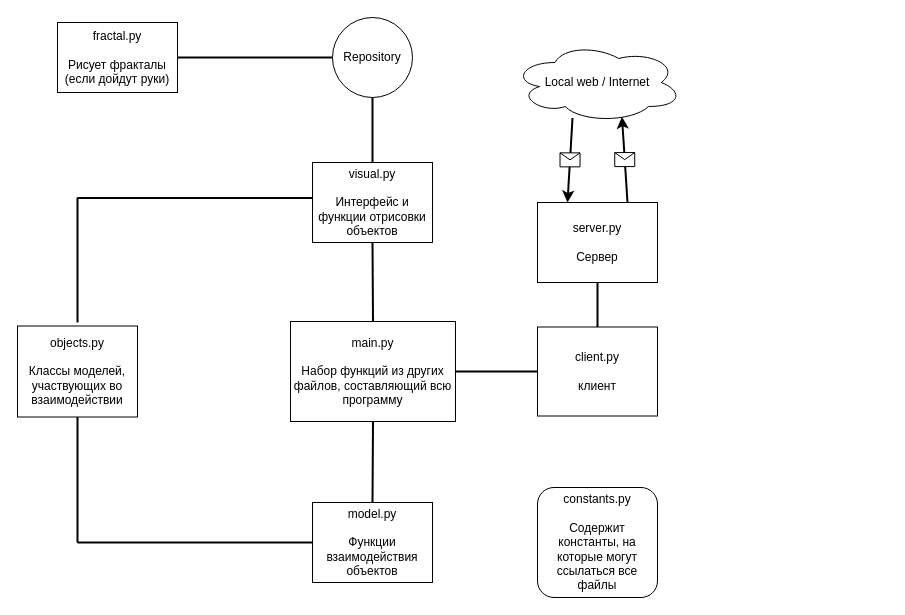
DiKhvatov/Python_Semester_Project keeps this draw.io diagram as class_diagramm.drawio. Above is the earlier version. Source tidied: cells renumbered, new cells numbered last; positions are measured from the earlier drawing's top-left corner, leaving out a move shared by most shapes. Both pictures are drawn from the tidied source at 100%, with x=0, y=0 at pixel (17, 17).
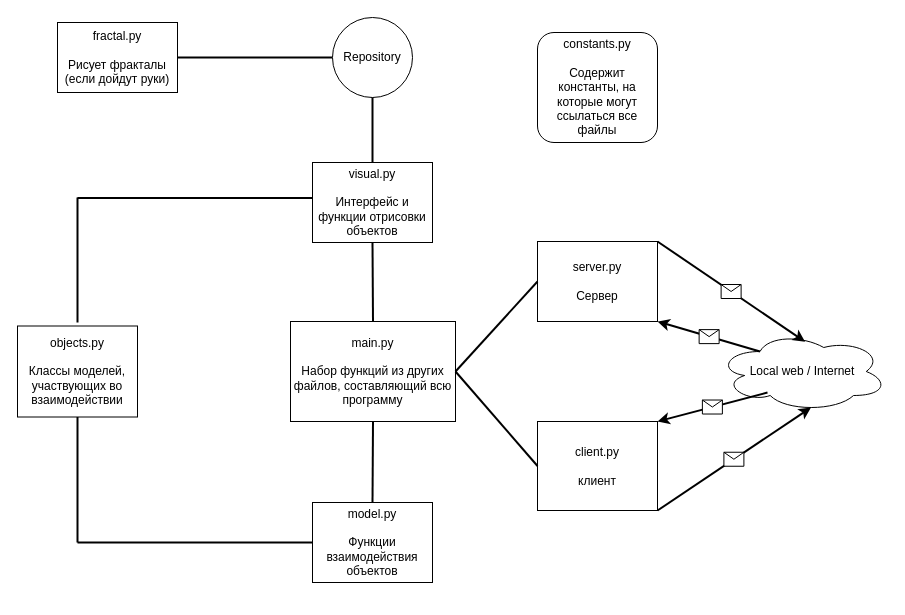
The same page after the edit.

Unchanged cells that the change refers to:
```xml
<mxCell id="2" value="&lt;div&gt;main.py&lt;/div&gt;&lt;div&gt;&lt;br&gt;&lt;/div&gt;&lt;div&gt;Набор функций из других файлов, составляющий всю программу&lt;br&gt;&lt;/div&gt;" style="rounded=0;whiteSpace=wrap;html=1;" parent="1" vertex="1">
  <mxGeometry x="273" y="304" width="165" height="100" as="geometry" />
</mxCell>
```

Diff of the diagram source:
```diff
@@
     <mxCell id="12" value="&lt;div&gt;client.py&lt;/div&gt;&lt;div&gt;&lt;br&gt;&lt;/div&gt;&lt;div&gt;клиент&lt;/div&gt;" style="rounded=0;whiteSpace=wrap;html=1;" parent="1" vertex="1">
-      <mxGeometry x="520" y="309.5" width="120" height="89" as="geometry" />
+      <mxGeometry x="520" y="404" width="120" height="89" as="geometry" />
     </mxCell>
@@
     <mxCell id="14" value="Local web / Internet" style="ellipse;shape=cloud;whiteSpace=wrap;html=1;" parent="1" vertex="1">
-      <mxGeometry x="495" y="25" width="170" height="80" as="geometry" />
+      <mxGeometry x="700" y="314" width="170" height="80" as="geometry" />
     </mxCell>
-    <mxCell id="15" style="endArrow=classic;html=1;rounded=0;strokeWidth=2;entryX=0.644;entryY=0.928;entryDx=0;entryDy=0;entryPerimeter=0;exitX=0.75;exitY=0;exitDx=0;exitDy=0;" parent="1" edge="1" source="24" target="14">
+    <mxCell id="15" style="endArrow=classic;html=1;rounded=0;strokeWidth=2;entryX=0.515;entryY=0.128;entryDx=0;entryDy=0;entryPerimeter=0;exitX=1;exitY=0;exitDx=0;exitDy=0;" parent="1" edge="1" source="24" target="14">
       <mxGeometry relative="1" as="geometry" />
     </mxCell>
@@
-    <mxCell id="17" style="endArrow=classic;html=1;rounded=0;strokeWidth=2;entryX=0.25;entryY=0;entryDx=0;entryDy=0;exitX=0.353;exitY=0.943;exitDx=0;exitDy=0;exitPerimeter=0;" parent="1" edge="1" source="14" target="24">
+    <mxCell id="17" style="endArrow=classic;html=1;rounded=0;strokeWidth=2;entryX=1;entryY=1;entryDx=0;entryDy=0;exitX=0.25;exitY=0.25;exitDx=0;exitDy=0;exitPerimeter=0;" parent="1" edge="1" source="14" target="24">
       <mxGeometry relative="1" as="geometry" />
     </mxCell>
@@
     <mxCell id="23" value="constants.py&lt;br&gt;&lt;br&gt;Содержит константы, на которые могут ссылаться все файлы" style="rounded=1;whiteSpace=wrap;html=1;" parent="1" vertex="1">
-      <mxGeometry x="520" y="470" width="120" height="110" as="geometry" />
+      <mxGeometry x="520" y="15" width="120" height="110" as="geometry" />
     </mxCell>
     <mxCell id="24" value="&lt;div&gt;server.py&lt;/div&gt;&lt;div&gt;&lt;br&gt;&lt;/div&gt;&lt;div&gt;Сервер&lt;/div&gt;" style="rounded=0;whiteSpace=wrap;html=1;" parent="1" vertex="1">
-      <mxGeometry x="520" y="185" width="120" height="80" as="geometry" />
+      <mxGeometry x="520" y="224" width="120" height="80" as="geometry" />
     </mxCell>
-    <mxCell id="25" style="endArrow=none;html=1;rounded=0;strokeWidth=2;entryX=0.5;entryY=1;entryDx=0;entryDy=0;exitX=0.5;exitY=0;exitDx=0;exitDy=0;" parent="1" edge="1" source="12" target="24">
+    <mxCell id="25" style="endArrow=none;html=1;rounded=0;strokeWidth=2;entryX=0;entryY=0.5;entryDx=0;entryDy=0;exitX=1;exitY=0.5;exitDx=0;exitDy=0;" parent="1" edge="1" source="2" target="24">
       <mxGeometry relative="1" as="geometry" />
     </mxCell>
+    <mxCell id="26" style="endArrow=classic;html=1;rounded=0;strokeWidth=2;entryX=0.55;entryY=0.95;entryDx=0;entryDy=0;entryPerimeter=0;exitX=1;exitY=1;exitDx=0;exitDy=0;" parent="1" edge="1" source="12" target="14">
+      <mxGeometry relative="1" as="geometry" />
+    </mxCell>
+    <mxCell id="27" style="shape=message;html=1;" parent="26" vertex="1">
+      <mxGeometry width="20" height="14" relative="1" as="geometry">
+        <mxPoint x="-10" y="-7" as="offset" />
+      </mxGeometry>
+    </mxCell>
+    <mxCell id="28" style="endArrow=classic;html=1;rounded=0;strokeWidth=2;entryX=1;entryY=0;entryDx=0;entryDy=0;" parent="1" edge="1" target="12">
+      <mxGeometry relative="1" as="geometry">
+        <mxPoint x="750" y="375" as="sourcePoint" />
+      </mxGeometry>
+    </mxCell>
+    <mxCell id="29" style="shape=message;html=1;" parent="28" vertex="1">
+      <mxGeometry width="20" height="14" relative="1" as="geometry">
+        <mxPoint x="-10" y="-7" as="offset" />
+      </mxGeometry>
+    </mxCell>
```
